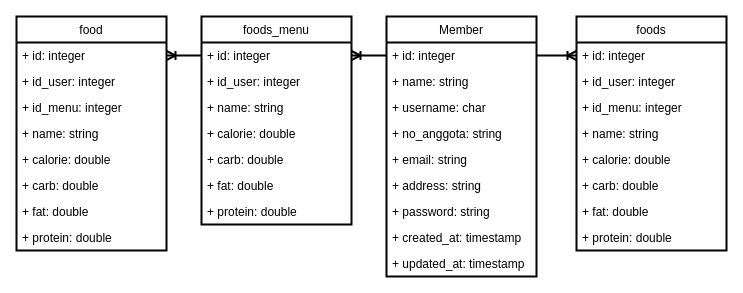
Above: page "Classdiagram" (7 of 7) of Design Perancangan.drawio in wrochcode/tugasakhir (draw.io), before the change. Source tidied: cells renumbered, new cells numbered last; positions are measured from the earlier drawing's top-left corner, leaving out a move shared by most shapes. Both pictures are drawn from the tidied source at 100%, with x=0, y=0 at pixel (16, 16).
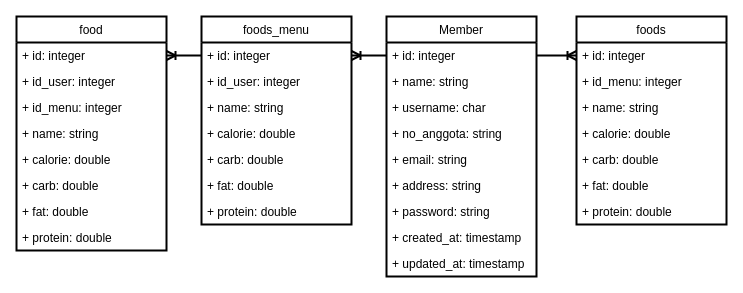
The same page after the edit.

The edit, as a diff of the source:
```diff
@@
     <mxCell id="30" value="foods" style="swimlane;fontStyle=0;horizontal=1;startSize=26;fillColor=none;strokeWidth=2;" parent="1" vertex="1">
-      <mxGeometry x="560" width="150" height="234" as="geometry" />
+      <mxGeometry x="560" width="150" height="208" as="geometry" />
     </mxCell>
@@
-    <mxCell id="32" value="+ id_user: integer" style="text;strokeColor=none;fillColor=none;align=left;verticalAlign=top;spacingLeft=4;spacingRight=4;overflow=hidden;" parent="30" vertex="1">
-      <mxGeometry y="52" width="150" height="26" as="geometry" />
-    </mxCell>
     <mxCell id="33" value="+ id_menu: integer" style="text;strokeColor=none;fillColor=none;align=left;verticalAlign=top;spacingLeft=4;spacingRight=4;overflow=hidden;" parent="30" vertex="1">
-      <mxGeometry y="78" width="150" height="26" as="geometry" />
+      <mxGeometry y="52" width="150" height="26" as="geometry" />
     </mxCell>
     <mxCell id="34" value="+ name: string" style="text;strokeColor=none;fillColor=none;align=left;verticalAlign=top;spacingLeft=4;spacingRight=4;overflow=hidden;" parent="30" vertex="1">
-      <mxGeometry y="104" width="150" height="26" as="geometry" />
+      <mxGeometry y="78" width="150" height="26" as="geometry" />
     </mxCell>
     <mxCell id="35" value="+ calorie: double" style="text;strokeColor=none;fillColor=none;align=left;verticalAlign=top;spacingLeft=4;spacingRight=4;overflow=hidden;" parent="30" vertex="1">
-      <mxGeometry y="130" width="150" height="26" as="geometry" />
+      <mxGeometry y="104" width="150" height="26" as="geometry" />
     </mxCell>
     <mxCell id="36" value="+ carb: double" style="text;strokeColor=none;fillColor=none;align=left;verticalAlign=top;spacingLeft=4;spacingRight=4;overflow=hidden;" parent="30" vertex="1">
-      <mxGeometry y="156" width="150" height="26" as="geometry" />
+      <mxGeometry y="130" width="150" height="26" as="geometry" />
     </mxCell>
     <mxCell id="37" value="+ fat: double" style="text;strokeColor=none;fillColor=none;align=left;verticalAlign=top;spacingLeft=4;spacingRight=4;overflow=hidden;" parent="30" vertex="1">
-      <mxGeometry y="182" width="150" height="26" as="geometry" />
+      <mxGeometry y="156" width="150" height="26" as="geometry" />
     </mxCell>
     <mxCell id="38" value="+ protein: double" style="text;strokeColor=none;fillColor=none;align=left;verticalAlign=top;spacingLeft=4;spacingRight=4;overflow=hidden;" parent="30" vertex="1">
-      <mxGeometry y="208" width="150" height="26" as="geometry" />
+      <mxGeometry y="182" width="150" height="26" as="geometry" />
     </mxCell>
```
